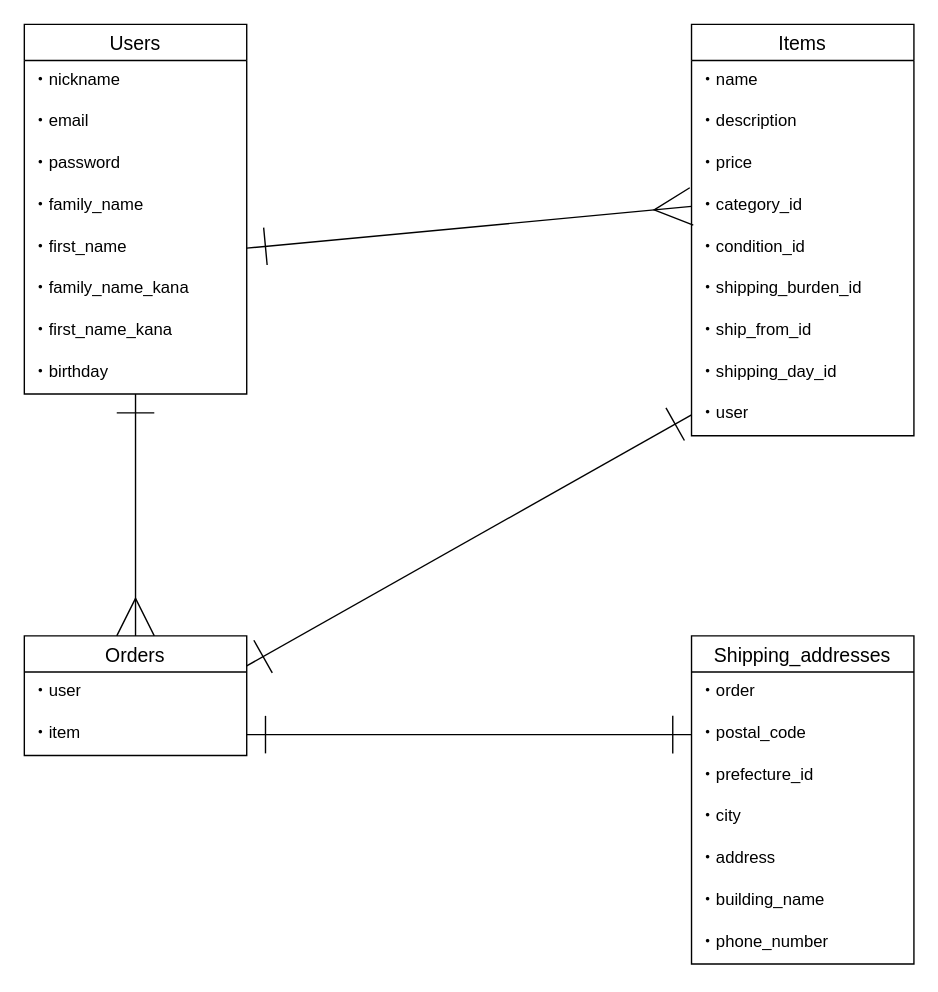
Before: ERD.dio in Tabasa-T/furima-42267, a draw.io diagram. Source tidied: cells renumbered, new cells numbered last; positions are measured from the earlier drawing's top-left corner, leaving out a move shared by most shapes. Both pictures are drawn from the tidied source at 139%, with x=0, y=0 at pixel (24, 24).
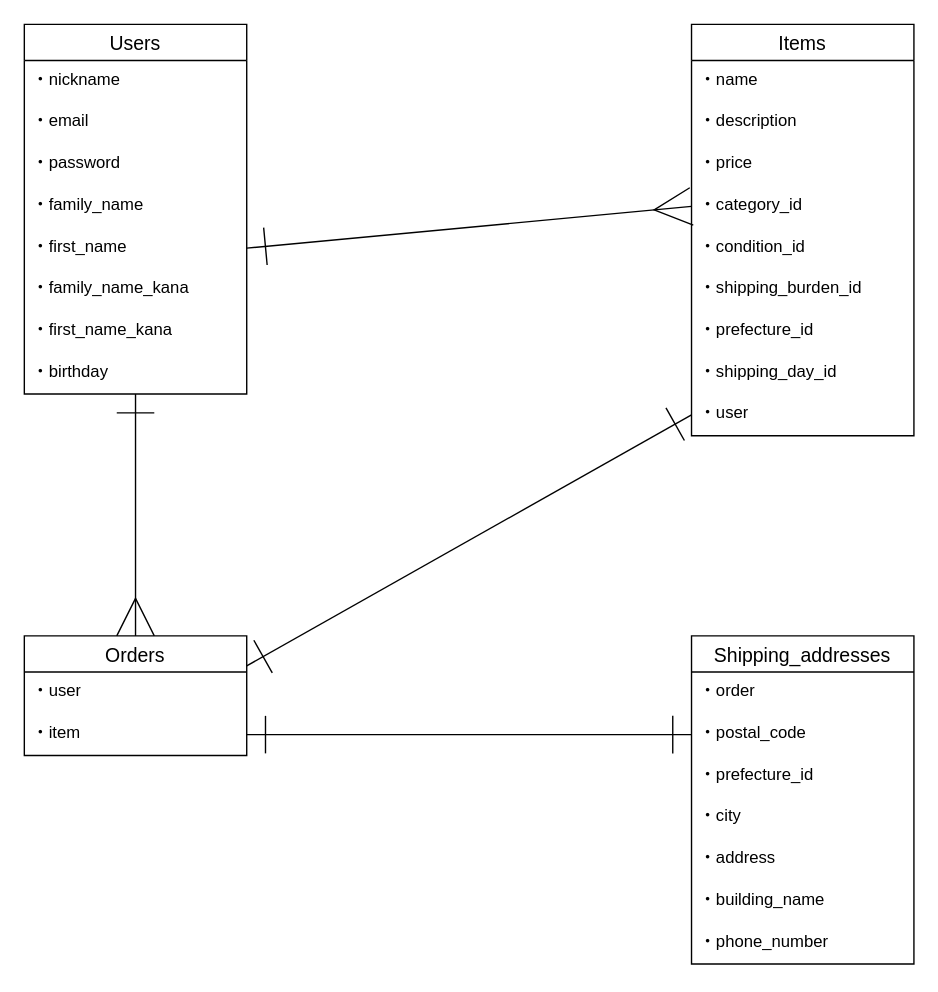
The same diagram, later.

Commit message (it also covers changes not shown here):
カラム名の統一

Unchanged cells that the change refers to:
```xml
<mxCell id="12" value="Items" style="swimlane;fontStyle=0;horizontal=1;startSize=26;align=center;fontSize=14;" parent="1" vertex="1">
  <mxGeometry x="480" width="160" height="296" as="geometry" />
</mxCell>
```

The edit, as a diff of the source:
```diff
@@
-    <mxCell id="19" value="・ship_from_id" style="text;strokeColor=none;fillColor=none;spacingLeft=4;spacingRight=4;overflow=hidden;fontSize=12;whiteSpace=wrap;html=1;" parent="12" vertex="1">
+    <mxCell id="19" value="・prefecture_id" style="text;strokeColor=none;fillColor=none;spacingLeft=4;spacingRight=4;overflow=hidden;fontSize=12;whiteSpace=wrap;html=1;" parent="12" vertex="1">
       <mxGeometry y="206" width="160" height="30" as="geometry" />
     </mxCell>
```
